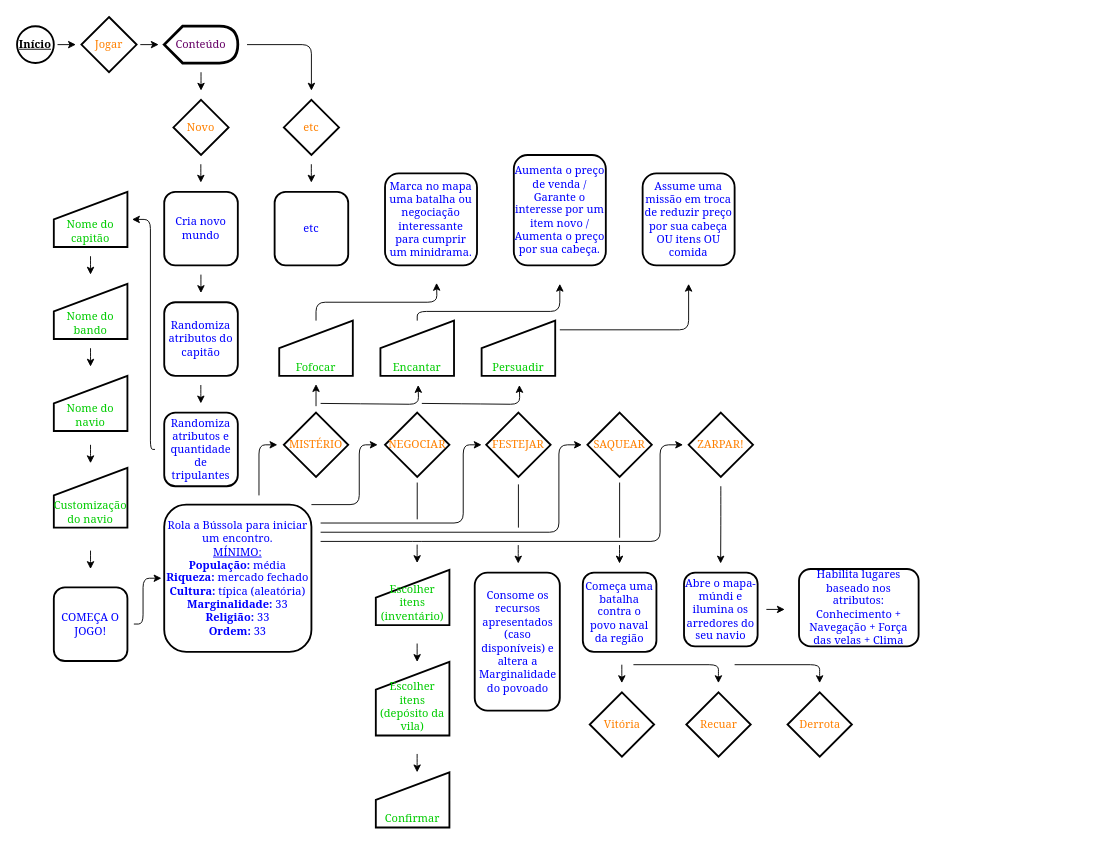
Before: teste.drawio in ErosBenkert/LOPR, a draw.io diagram. Source tidied: cells renumbered, new cells numbered last; positions are measured from the earlier drawing's top-left corner, leaving out a move shared by most shapes. Both pictures are drawn from the tidied source at 92%, with x=0, y=0 at pixel (17, 17).
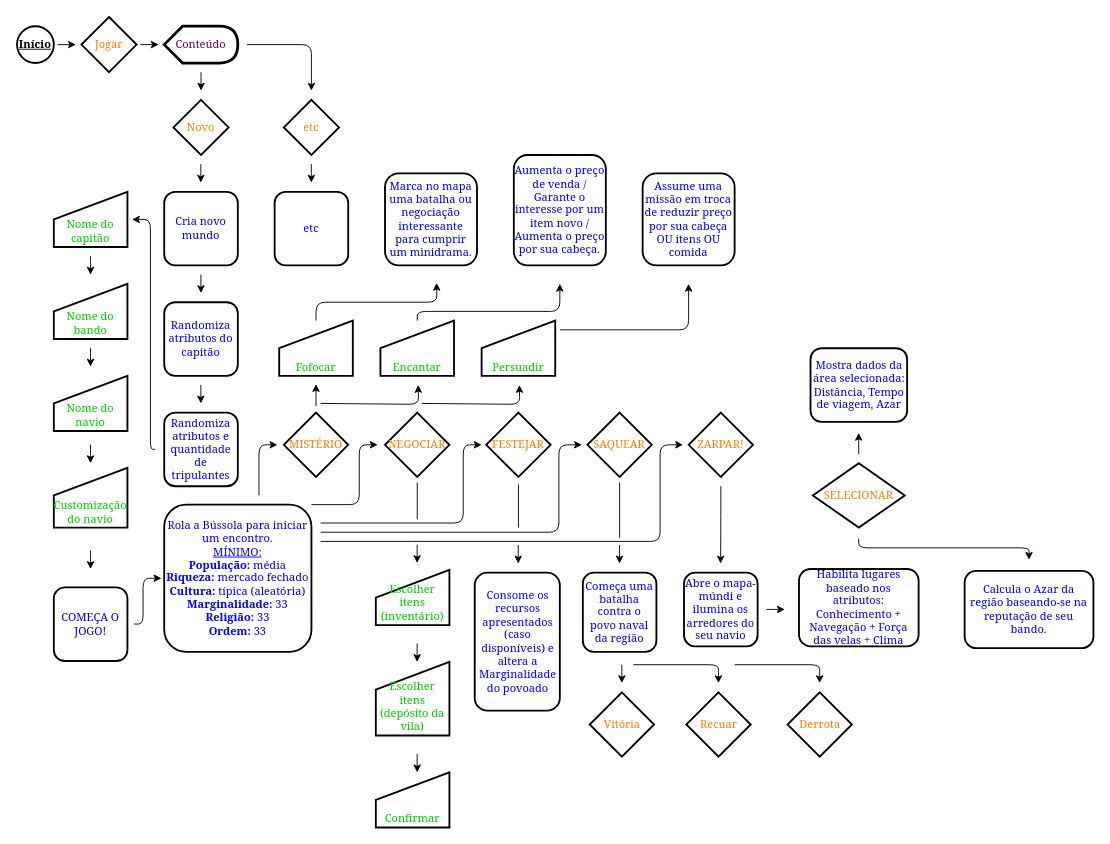
The same page after the edit.

What changed in the source:
```diff
@@
+    <mxCell id="76" value="&lt;font color=&quot;#0000ff&quot; face=&quot;Georgia&quot;&gt;Calcula o Azar da região baseando-se na reputação de seu bando.&lt;br&gt;&lt;/font&gt;" style="rounded=1;whiteSpace=wrap;html=1;strokeColor=#000000;strokeWidth=2;" parent="1" vertex="1">
+      <mxGeometry x="1030" y="602" width="140" height="84" as="geometry" />
+    </mxCell>
+    <mxCell id="77" style="edgeStyle=orthogonalEdgeStyle;rounded=0;orthogonalLoop=1;jettySize=auto;html=1;" parent="1" edge="1">
+      <mxGeometry relative="1" as="geometry">
+        <mxPoint x="914.9" y="475" as="sourcePoint" />
+        <mxPoint x="914.9" y="452" as="targetPoint" />
+      </mxGeometry>
+    </mxCell>
+    <mxCell id="78" value="SELECIONAR" style="rhombus;whiteSpace=wrap;html=1;fontFamily=Georgia;strokeColor=#000000;strokeWidth=2;fontColor=#FF8000;" parent="1" vertex="1">
+      <mxGeometry x="865" y="485" width="100" height="70" as="geometry" />
+    </mxCell>
+    <mxCell id="79" style="edgeStyle=orthogonalEdgeStyle;orthogonalLoop=1;jettySize=auto;html=1;rounded=1;" parent="1" edge="1">
+      <mxGeometry relative="1" as="geometry">
+        <mxPoint x="914.9" y="567" as="sourcePoint" />
+        <mxPoint x="1100" y="590" as="targetPoint" />
+        <Array as="points">
+          <mxPoint x="915" y="577" />
+          <mxPoint x="1100" y="577" />
+        </Array>
+      </mxGeometry>
+    </mxCell>
+    <mxCell id="80" value="&lt;div&gt;&lt;font color=&quot;#0000ff&quot; face=&quot;Georgia&quot;&gt;Mostra dados da área selecionada:&lt;/font&gt;&lt;/div&gt;&lt;div&gt;&lt;font color=&quot;#0000ff&quot; face=&quot;Georgia&quot;&gt;Distância, Tempo de viagem, Azar&lt;br&gt;&lt;/font&gt;&lt;/div&gt;" style="rounded=1;whiteSpace=wrap;html=1;strokeColor=#000000;strokeWidth=2;" parent="1" vertex="1">
+      <mxGeometry x="862.5" y="360" width="105" height="80" as="geometry" />
+    </mxCell>
```
